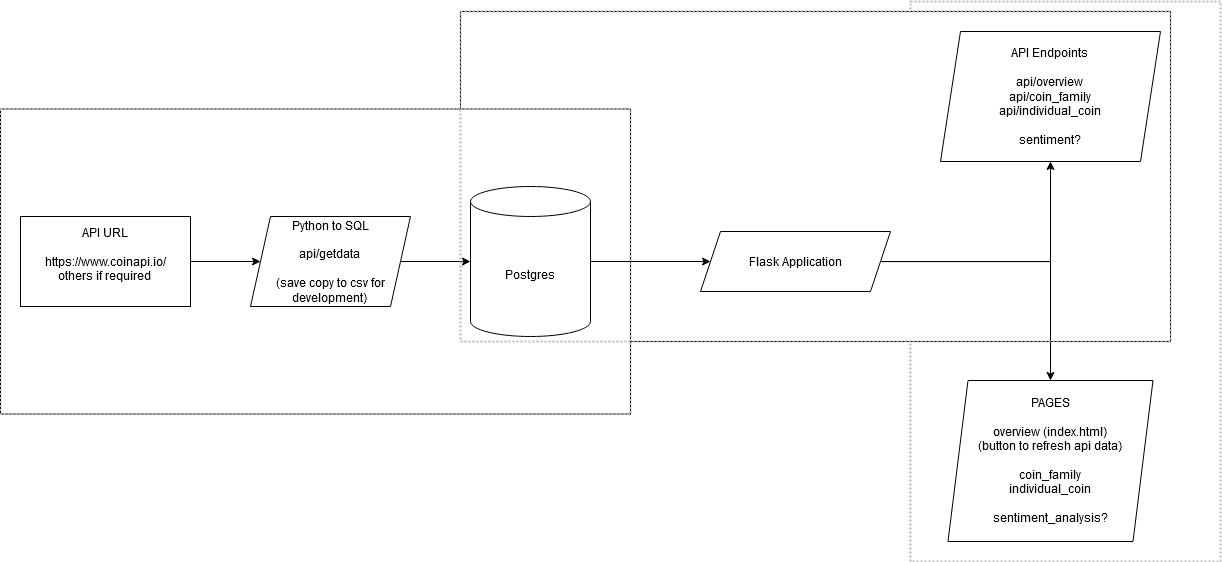
Before: AnalysisFLowchart.png, a diagram exported from draw.io (gmcglinn41/Cryptocurrency_Analysis). Source tidied: cells renumbered, new cells last; positions are measured from the earlier drawing's top-left corner, leaving out a move shared by most shapes.
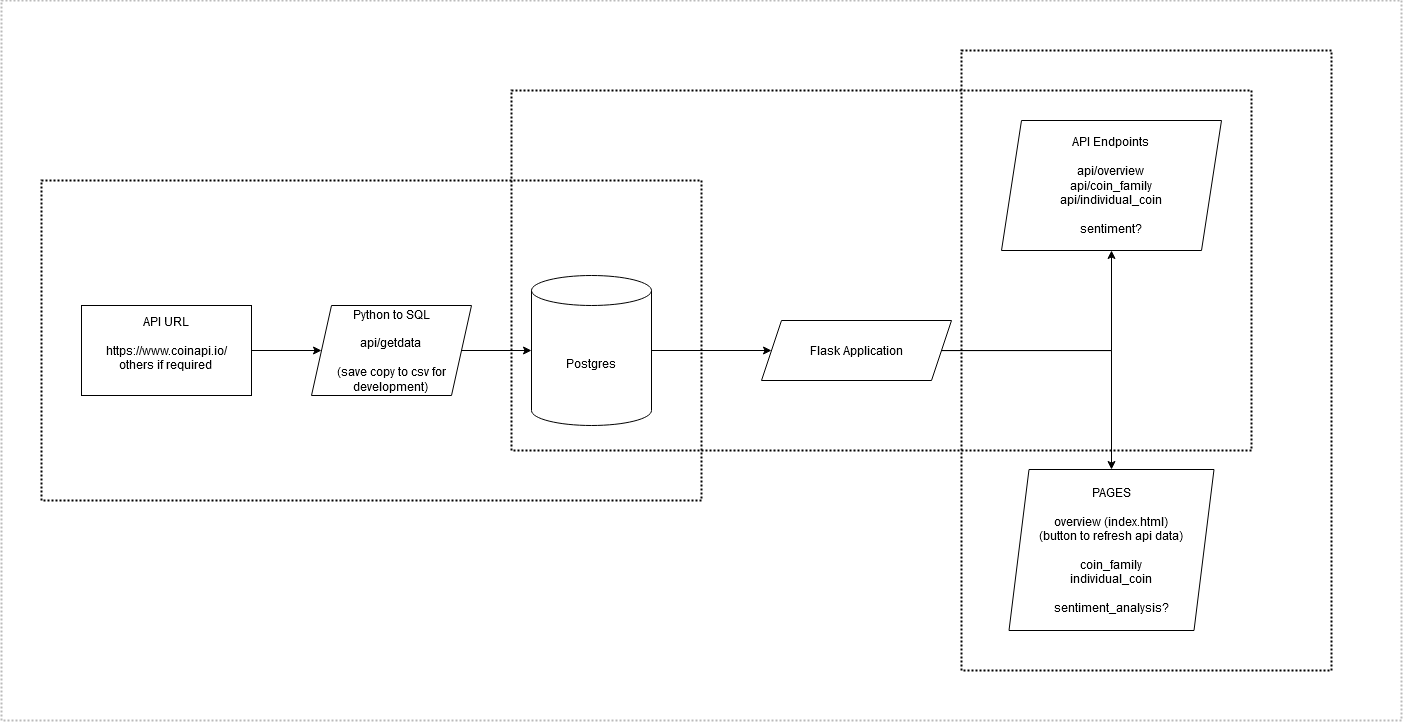
The same file after the commit.

Change to the diagram source:
```diff
@@ -2,15 +2,18 @@
   <root>
     <mxCell id="0" />
     <mxCell id="1" parent="0" />
-    <mxCell id="2" style="rounded=0;whiteSpace=wrap;html=1;strokeWidth=2;dashed=1;dashPattern=1 1;fillColor=none;strokeColor=#BABABA;" parent="1" vertex="1">
-      <mxGeometry x="910" width="310" height="560" as="geometry" />
-    </mxCell>
-    <mxCell id="3" style="rounded=0;whiteSpace=wrap;html=1;" parent="1" vertex="1">
-      <mxGeometry x="460" y="10" width="710" height="330" as="geometry" />
-    </mxCell>
-    <mxCell id="4" style="rounded=0;whiteSpace=wrap;html=1;" parent="1" vertex="1">
-      <mxGeometry y="107.5" width="630" height="305" as="geometry" />
-    </mxCell>
+    <mxCell id="18" style="rounded=0;whiteSpace=wrap;html=1;dashed=1;dashPattern=1 1;strokeColor=#BABABA;strokeWidth=2;fillColor=#ffffff;" parent="1" vertex="1">
+      <mxGeometry x="-60" y="-90" width="1400" height="720" as="geometry" />
+    </mxCell>
+    <mxCell id="19" style="rounded=0;whiteSpace=wrap;html=1;dashed=1;dashPattern=1 1;strokeWidth=2;fillColor=none;" parent="1" vertex="1">
+      <mxGeometry x="900" y="-40" width="370" height="620" as="geometry" />
+    </mxCell>
+    <mxCell id="20" style="rounded=0;whiteSpace=wrap;html=1;dashed=1;dashPattern=1 1;strokeWidth=2;fillColor=none;" parent="1" vertex="1">
+      <mxGeometry x="450" width="740" height="360" as="geometry" />
+    </mxCell>
+    <mxCell id="21" style="rounded=0;whiteSpace=wrap;html=1;dashed=1;dashPattern=1 1;strokeWidth=2;fillColor=none;" parent="1" vertex="1">
+      <mxGeometry x="-20" y="90" width="660" height="320" as="geometry" />
+    </mxCell>
     <mxCell id="5" style="edgeStyle=orthogonalEdgeStyle;rounded=0;jettySize=auto;html=1;" parent="1" edge="1" source="6" target="8">
       <mxGeometry relative="1" as="geometry" />
     </mxCell>
@@ -44,11 +47,5 @@
     <mxCell id="15" value="Flask Application" style="shape=parallelogram;perimeter=parallelogramPerimeter;whiteSpace=wrap;html=1;fixedSize=1;" parent="1" vertex="1">
       <mxGeometry x="700" y="230" width="190" height="60" as="geometry" />
     </mxCell>
-    <mxCell id="16" style="rounded=0;whiteSpace=wrap;html=1;dashed=1;strokeWidth=2;fillColor=none;dashPattern=1 1;strokeColor=#BABABA;" parent="1" vertex="1">
-      <mxGeometry y="107.5" width="630" height="305" as="geometry" />
-    </mxCell>
-    <mxCell id="17" style="rounded=0;whiteSpace=wrap;html=1;dashed=1;fillColor=none;strokeWidth=2;dashPattern=1 1;strokeColor=#BABABA;" parent="1" vertex="1">
-      <mxGeometry x="460" y="10" width="710" height="330" as="geometry" />
-    </mxCell>
   </root>
 </mxGraphModel>
```
